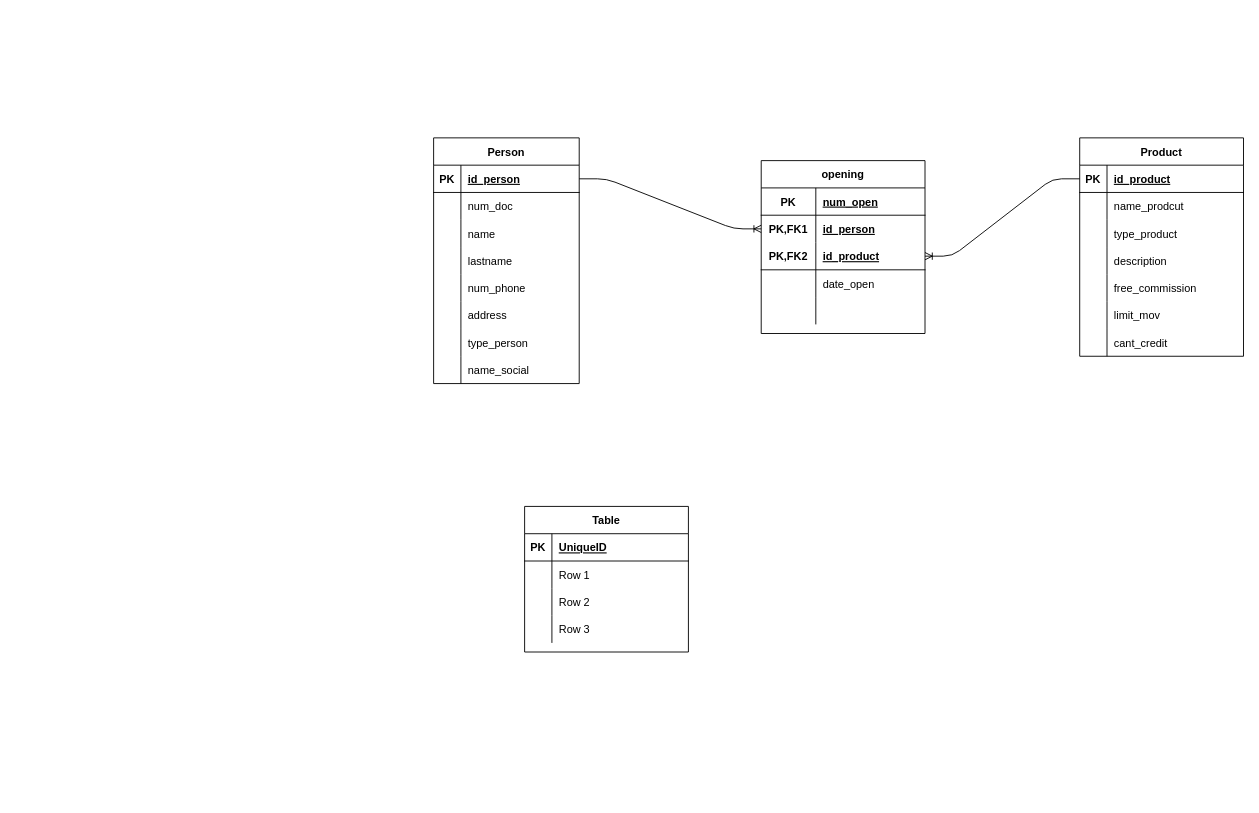
Earlier version of the draw.io diagram banco.drawio (ajoelflores124/everbanco). Source tidied: cells renumbered, new cells numbered last; positions are measured from the earlier drawing's top-left corner, leaving out a move shared by most shapes. Both pictures are drawn from the tidied source at 91%, with x=0, y=0 at pixel (433, 137).
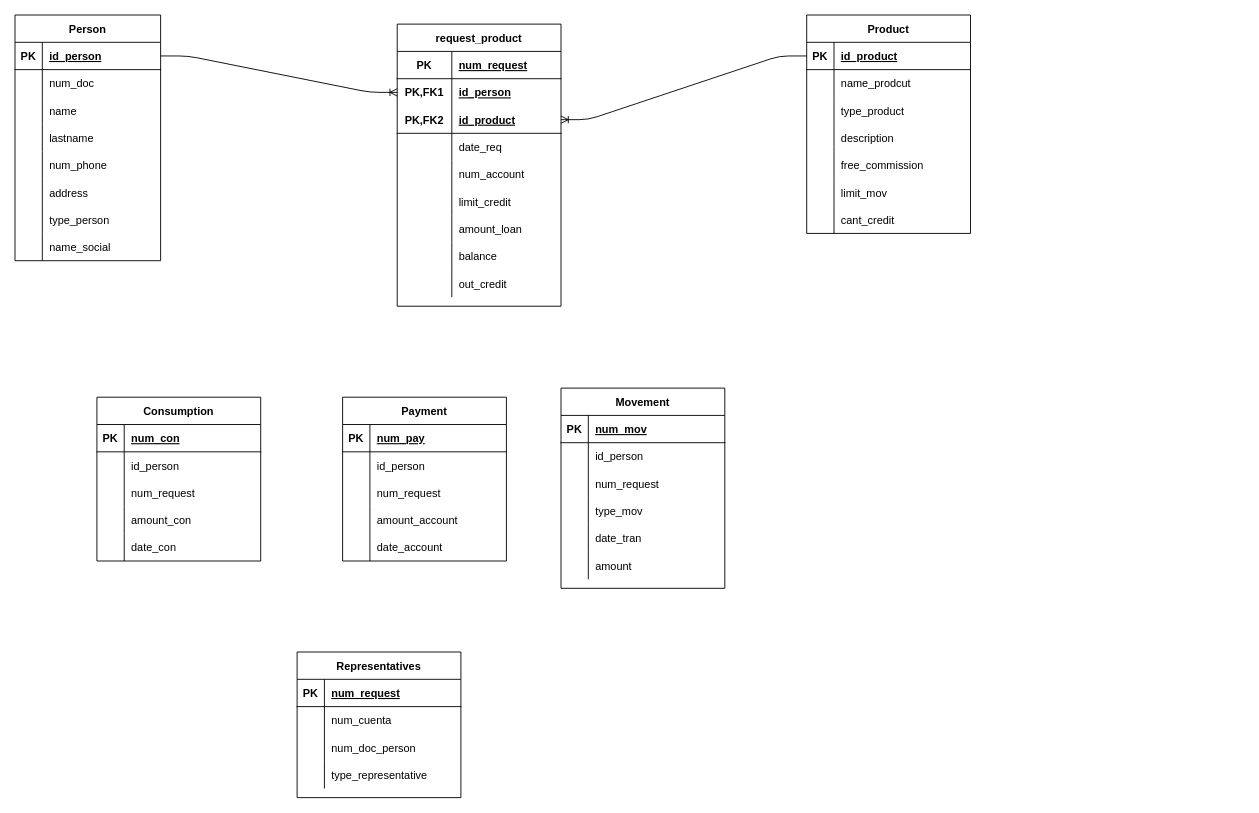
Above is the later version.

Unchanged cells that the change refers to:
```xml
<mxCell id="50" style="shape=partialRectangle;fillColor=none;top=0;left=0;bottom=1;right=0;" parent="49" vertex="1">
  <mxGeometry y="30" width="180" height="30" as="geometry" />
</mxCell>
<mxCell id="59" style="shape=partialRectangle;fillColor=none;top=0;left=0;bottom=0;right=0;" parent="49" vertex="1">
  <mxGeometry y="120" width="180" height="30" as="geometry" />
</mxCell>
<mxCell id="62" style="shape=partialRectangle;fillColor=none;top=0;left=0;bottom=0;right=0;" parent="49" vertex="1">
  <mxGeometry y="150" width="180" height="30" as="geometry" />
</mxCell>
<mxCell id="68" style="shape=partialRectangle;fillColor=none;top=0;left=0;bottom=1;right=0;" parent="67" vertex="1">
  <mxGeometry y="30" width="180" height="30" as="geometry" />
</mxCell>
<mxCell id="71" style="shape=partialRectangle;fillColor=none;top=0;left=0;bottom=0;right=0;" parent="67" vertex="1">
  <mxGeometry y="60" width="180" height="30" as="geometry" />
</mxCell>
<mxCell id="74" style="shape=partialRectangle;fillColor=none;top=0;left=0;bottom=0;right=0;" parent="67" vertex="1">
  <mxGeometry y="90" width="180" height="30" as="geometry" />
</mxCell>
<mxCell id="77" style="shape=partialRectangle;fillColor=none;top=0;left=0;bottom=0;right=0;" parent="67" vertex="1">
  <mxGeometry y="120" width="180" height="30" as="geometry" />
</mxCell>
```

Diff of the diagram source:
```diff
@@
     <mxCell id="2" value="Person" style="shape=table;startSize=30;childLayout=tableLayout;rowLines=0;fontStyle=1;align=center;" parent="1" vertex="1">
-      <mxGeometry width="160" height="270" as="geometry" />
+      <mxGeometry x="-460" y="-135" width="160" height="270" as="geometry" />
     </mxCell>
@@
     <mxCell id="27" value="Product" style="shape=table;startSize=30;childLayout=tableLayout;rowLines=0;fontStyle=1;align=center;" parent="1" vertex="1">
-      <mxGeometry x="710" width="180" height="240" as="geometry" />
+      <mxGeometry x="410" y="-135" width="180" height="240" as="geometry" />
     </mxCell>
@@
-    <mxCell id="49" value="opening" style="shape=table;startSize=30;childLayout=tableLayout;rowLines=0;fontStyle=1;align=center;" parent="1" vertex="1">
-      <mxGeometry x="360" y="25" width="180" height="190" as="geometry" />
+    <mxCell id="49" value="request_product" style="shape=table;startSize=30;childLayout=tableLayout;rowLines=0;fontStyle=1;align=center;" parent="1" vertex="1">
+      <mxGeometry x="-40" y="-125" width="180" height="310" as="geometry" />
     </mxCell>
@@
-    <mxCell id="52" value="num_open" style="shape=partialRectangle;fillColor=none;top=0;left=0;bottom=0;right=0;align=left;spacingLeft=6;fontStyle=5;overflow=hidden;" parent="50" vertex="1">
+    <mxCell id="52" value="num_request" style="shape=partialRectangle;fillColor=none;top=0;left=0;bottom=0;right=0;align=left;spacingLeft=6;fontStyle=5;overflow=hidden;" parent="50" vertex="1">
       <mxGeometry x="60" width="120" height="30" as="geometry" />
     </mxCell>
@@
-    <mxCell id="61" value="date_open" style="shape=partialRectangle;fillColor=none;top=0;left=0;bottom=0;right=0;align=left;spacingLeft=6;overflow=hidden;" parent="59" vertex="1">
+    <mxCell id="61" value="date_req" style="shape=partialRectangle;fillColor=none;top=0;left=0;bottom=0;right=0;align=left;spacingLeft=6;overflow=hidden;" parent="59" vertex="1">
       <mxGeometry x="60" width="120" height="30" as="geometry" />
     </mxCell>
@@
-    <mxCell id="64" style="shape=partialRectangle;fillColor=none;top=0;left=0;bottom=0;right=0;align=left;spacingLeft=6;overflow=hidden;" parent="62" vertex="1">
+    <mxCell id="64" value="num_account" style="shape=partialRectangle;fillColor=none;top=0;left=0;bottom=0;right=0;align=left;spacingLeft=6;overflow=hidden;" parent="62" vertex="1">
       <mxGeometry x="60" width="120" height="30" as="geometry" />
     </mxCell>
+    <mxCell id="80" style="shape=partialRectangle;fillColor=none;top=0;left=0;bottom=0;right=0;" parent="49" vertex="1">
+      <mxGeometry y="180" width="180" height="30" as="geometry" />
+    </mxCell>
+    <mxCell id="81" style="shape=partialRectangle;fillColor=none;top=0;left=0;bottom=0;right=0;overflow=hidden;" parent="80" vertex="1">
+      <mxGeometry width="60" height="30" as="geometry" />
+    </mxCell>
+    <mxCell id="82" value="limit_credit" style="shape=partialRectangle;fillColor=none;top=0;left=0;bottom=0;right=0;align=left;spacingLeft=6;overflow=hidden;" parent="80" vertex="1">
+      <mxGeometry x="60" width="120" height="30" as="geometry" />
+    </mxCell>
+    <mxCell id="83" style="shape=partialRectangle;fillColor=none;top=0;left=0;bottom=0;right=0;" parent="49" vertex="1">
+      <mxGeometry y="210" width="180" height="30" as="geometry" />
+    </mxCell>
+    <mxCell id="84" style="shape=partialRectangle;fillColor=none;top=0;left=0;bottom=0;right=0;overflow=hidden;" parent="83" vertex="1">
+      <mxGeometry width="60" height="30" as="geometry" />
+    </mxCell>
+    <mxCell id="85" value="amount_loan" style="shape=partialRectangle;fillColor=none;top=0;left=0;bottom=0;right=0;align=left;spacingLeft=6;overflow=hidden;" parent="83" vertex="1">
+      <mxGeometry x="60" width="120" height="30" as="geometry" />
+    </mxCell>
+    <mxCell id="86" style="shape=partialRectangle;fillColor=none;top=0;left=0;bottom=0;right=0;" parent="49" vertex="1">
+      <mxGeometry y="240" width="180" height="30" as="geometry" />
+    </mxCell>
+    <mxCell id="87" style="shape=partialRectangle;fillColor=none;top=0;left=0;bottom=0;right=0;overflow=hidden;" parent="86" vertex="1">
+      <mxGeometry width="60" height="30" as="geometry" />
+    </mxCell>
+    <mxCell id="88" value="balance" style="shape=partialRectangle;fillColor=none;top=0;left=0;bottom=0;right=0;align=left;spacingLeft=6;overflow=hidden;" parent="86" vertex="1">
+      <mxGeometry x="60" width="120" height="30" as="geometry" />
+    </mxCell>
+    <mxCell id="89" style="shape=partialRectangle;fillColor=none;top=0;left=0;bottom=0;right=0;" parent="49" vertex="1">
+      <mxGeometry y="270" width="180" height="30" as="geometry" />
+    </mxCell>
+    <mxCell id="90" style="shape=partialRectangle;fillColor=none;top=0;left=0;bottom=0;right=0;overflow=hidden;" parent="89" vertex="1">
+      <mxGeometry width="60" height="30" as="geometry" />
+    </mxCell>
+    <mxCell id="91" value="out_credit" style="shape=partialRectangle;fillColor=none;top=0;left=0;bottom=0;right=0;align=left;spacingLeft=6;overflow=hidden;" parent="89" vertex="1">
+      <mxGeometry x="60" width="120" height="30" as="geometry" />
+    </mxCell>
@@
-    <mxCell id="67" value="Table" style="shape=table;startSize=30;childLayout=tableLayout;rowLines=0;fontStyle=1;align=center;" parent="1" vertex="1">
-      <mxGeometry x="100" y="405" width="180" height="160" as="geometry" />
+    <mxCell id="67" value="Consumption" style="shape=table;startSize=30;childLayout=tableLayout;rowLines=0;fontStyle=1;align=center;" parent="1" vertex="1">
+      <mxGeometry x="-370" y="285" width="180" height="180" as="geometry" />
     </mxCell>
@@
-    <mxCell id="70" value="UniqueID" style="shape=partialRectangle;fillColor=none;top=0;left=0;bottom=0;right=0;align=left;spacingLeft=6;fontStyle=5;overflow=hidden;" parent="68" vertex="1">
+    <mxCell id="70" value="num_con" style="shape=partialRectangle;fillColor=none;top=0;left=0;bottom=0;right=0;align=left;spacingLeft=6;fontStyle=5;overflow=hidden;" parent="68" vertex="1">
       <mxGeometry x="30" width="150" height="30" as="geometry" />
     </mxCell>
@@
-    <mxCell id="73" value="Row 1" style="shape=partialRectangle;fillColor=none;top=0;left=0;bottom=0;right=0;align=left;spacingLeft=6;overflow=hidden;" parent="71" vertex="1">
+    <mxCell id="73" value="id_person" style="shape=partialRectangle;fillColor=none;top=0;left=0;bottom=0;right=0;align=left;spacingLeft=6;overflow=hidden;" parent="71" vertex="1">
       <mxGeometry x="30" width="150" height="30" as="geometry" />
     </mxCell>
@@
-    <mxCell id="76" value="Row 2" style="shape=partialRectangle;fillColor=none;top=0;left=0;bottom=0;right=0;align=left;spacingLeft=6;overflow=hidden;" parent="74" vertex="1">
+    <mxCell id="76" value="num_request" style="shape=partialRectangle;fillColor=none;top=0;left=0;bottom=0;right=0;align=left;spacingLeft=6;overflow=hidden;" parent="74" vertex="1">
       <mxGeometry x="30" width="150" height="30" as="geometry" />
     </mxCell>
@@
-    <mxCell id="79" value="Row 3" style="shape=partialRectangle;fillColor=none;top=0;left=0;bottom=0;right=0;align=left;spacingLeft=6;overflow=hidden;" parent="77" vertex="1">
+    <mxCell id="79" value="amount_con" style="shape=partialRectangle;fillColor=none;top=0;left=0;bottom=0;right=0;align=left;spacingLeft=6;overflow=hidden;" parent="77" vertex="1">
       <mxGeometry x="30" width="150" height="30" as="geometry" />
     </mxCell>
+    <mxCell id="92" style="shape=partialRectangle;fillColor=none;top=0;left=0;bottom=0;right=0;" parent="67" vertex="1">
+      <mxGeometry y="150" width="180" height="30" as="geometry" />
+    </mxCell>
+    <mxCell id="93" style="shape=partialRectangle;fillColor=none;top=0;left=0;bottom=0;right=0;overflow=hidden;" parent="92" vertex="1">
+      <mxGeometry width="30" height="30" as="geometry" />
+    </mxCell>
+    <mxCell id="94" value="date_con" style="shape=partialRectangle;fillColor=none;top=0;left=0;bottom=0;right=0;align=left;spacingLeft=6;overflow=hidden;" parent="92" vertex="1">
+      <mxGeometry x="30" width="150" height="30" as="geometry" />
+    </mxCell>
+    <mxCell id="95" value="Payment" style="shape=table;startSize=30;childLayout=tableLayout;rowLines=0;fontStyle=1;align=center;" parent="1" vertex="1">
+      <mxGeometry x="-100" y="285" width="180" height="180" as="geometry" />
+    </mxCell>
+    <mxCell id="96" style="shape=partialRectangle;fillColor=none;top=0;left=0;bottom=1;right=0;" parent="95" vertex="1">
+      <mxGeometry y="30" width="180" height="30" as="geometry" />
+    </mxCell>
+    <mxCell id="97" value="PK" style="shape=partialRectangle;fillColor=none;top=0;left=0;bottom=0;right=0;fontStyle=1;overflow=hidden;" parent="96" vertex="1">
+      <mxGeometry width="30" height="30" as="geometry" />
+    </mxCell>
+    <mxCell id="98" value="num_pay" style="shape=partialRectangle;fillColor=none;top=0;left=0;bottom=0;right=0;align=left;spacingLeft=6;fontStyle=5;overflow=hidden;" parent="96" vertex="1">
+      <mxGeometry x="30" width="150" height="30" as="geometry" />
+    </mxCell>
+    <mxCell id="99" style="shape=partialRectangle;fillColor=none;top=0;left=0;bottom=0;right=0;" parent="95" vertex="1">
+      <mxGeometry y="60" width="180" height="30" as="geometry" />
+    </mxCell>
+    <mxCell id="100" style="shape=partialRectangle;fillColor=none;top=0;left=0;bottom=0;right=0;overflow=hidden;" parent="99" vertex="1">
+      <mxGeometry width="30" height="30" as="geometry" />
+    </mxCell>
+    <mxCell id="101" value="id_person" style="shape=partialRectangle;fillColor=none;top=0;left=0;bottom=0;right=0;align=left;spacingLeft=6;overflow=hidden;" parent="99" vertex="1">
+      <mxGeometry x="30" width="150" height="30" as="geometry" />
+    </mxCell>
+    <mxCell id="102" style="shape=partialRectangle;fillColor=none;top=0;left=0;bottom=0;right=0;" parent="95" vertex="1">
+      <mxGeometry y="90" width="180" height="30" as="geometry" />
+    </mxCell>
+    <mxCell id="103" style="shape=partialRectangle;fillColor=none;top=0;left=0;bottom=0;right=0;overflow=hidden;" parent="102" vertex="1">
+      <mxGeometry width="30" height="30" as="geometry" />
+    </mxCell>
+    <mxCell id="104" value="num_request" style="shape=partialRectangle;fillColor=none;top=0;left=0;bottom=0;right=0;align=left;spacingLeft=6;overflow=hidden;" parent="102" vertex="1">
+      <mxGeometry x="30" width="150" height="30" as="geometry" />
+    </mxCell>
+    <mxCell id="105" style="shape=partialRectangle;fillColor=none;top=0;left=0;bottom=0;right=0;" parent="95" vertex="1">
+      <mxGeometry y="120" width="180" height="30" as="geometry" />
+    </mxCell>
+    <mxCell id="106" style="shape=partialRectangle;fillColor=none;top=0;left=0;bottom=0;right=0;overflow=hidden;" parent="105" vertex="1">
+      <mxGeometry width="30" height="30" as="geometry" />
+    </mxCell>
+    <mxCell id="107" value="amount_account" style="shape=partialRectangle;fillColor=none;top=0;left=0;bottom=0;right=0;align=left;spacingLeft=6;overflow=hidden;" parent="105" vertex="1">
+      <mxGeometry x="30" width="150" height="30" as="geometry" />
+    </mxCell>
+    <mxCell id="108" style="shape=partialRectangle;fillColor=none;top=0;left=0;bottom=0;right=0;" parent="95" vertex="1">
+      <mxGeometry y="150" width="180" height="30" as="geometry" />
+    </mxCell>
+    <mxCell id="109" style="shape=partialRectangle;fillColor=none;top=0;left=0;bottom=0;right=0;overflow=hidden;" parent="108" vertex="1">
+      <mxGeometry width="30" height="30" as="geometry" />
+    </mxCell>
+    <mxCell id="110" value="date_account" style="shape=partialRectangle;fillColor=none;top=0;left=0;bottom=0;right=0;align=left;spacingLeft=6;overflow=hidden;" parent="108" vertex="1">
+      <mxGeometry x="30" width="150" height="30" as="geometry" />
+    </mxCell>
+    <mxCell id="111" value="Movement" style="shape=table;startSize=30;childLayout=tableLayout;rowLines=0;fontStyle=1;align=center;" parent="1" vertex="1">
+      <mxGeometry x="140" y="275" width="180" height="220" as="geometry" />
+    </mxCell>
+    <mxCell id="112" style="shape=partialRectangle;fillColor=none;top=0;left=0;bottom=1;right=0;" parent="111" vertex="1">
+      <mxGeometry y="30" width="180" height="30" as="geometry" />
+    </mxCell>
+    <mxCell id="113" value="PK" style="shape=partialRectangle;fillColor=none;top=0;left=0;bottom=0;right=0;fontStyle=1;overflow=hidden;" parent="112" vertex="1">
+      <mxGeometry width="30" height="30" as="geometry" />
+    </mxCell>
+    <mxCell id="114" value="num_mov" style="shape=partialRectangle;fillColor=none;top=0;left=0;bottom=0;right=0;align=left;spacingLeft=6;fontStyle=5;overflow=hidden;" parent="112" vertex="1">
+      <mxGeometry x="30" width="150" height="30" as="geometry" />
+    </mxCell>
+    <mxCell id="115" style="shape=partialRectangle;fillColor=none;top=0;left=0;bottom=0;right=0;" parent="111" vertex="1">
+      <mxGeometry y="60" width="180" height="30" as="geometry" />
+    </mxCell>
+    <mxCell id="116" style="shape=partialRectangle;fillColor=none;top=0;left=0;bottom=0;right=0;overflow=hidden;" parent="115" vertex="1">
+      <mxGeometry width="30" height="30" as="geometry" />
+    </mxCell>
+    <mxCell id="117" value="id_person" style="shape=partialRectangle;fillColor=none;top=0;left=0;bottom=0;right=0;align=left;spacingLeft=6;overflow=hidden;" parent="115" vertex="1">
+      <mxGeometry x="30" width="150" height="30" as="geometry" />
+    </mxCell>
+    <mxCell id="118" style="shape=partialRectangle;fillColor=none;top=0;left=0;bottom=0;right=0;" parent="111" vertex="1">
+      <mxGeometry y="90" width="180" height="30" as="geometry" />
+    </mxCell>
+    <mxCell id="119" style="shape=partialRectangle;fillColor=none;top=0;left=0;bottom=0;right=0;overflow=hidden;" parent="118" vertex="1">
+      <mxGeometry width="30" height="30" as="geometry" />
+    </mxCell>
+    <mxCell id="120" value="num_request" style="shape=partialRectangle;fillColor=none;top=0;left=0;bottom=0;right=0;align=left;spacingLeft=6;overflow=hidden;" parent="118" vertex="1">
+      <mxGeometry x="30" width="150" height="30" as="geometry" />
+    </mxCell>
+    <mxCell id="121" style="shape=partialRectangle;fillColor=none;top=0;left=0;bottom=0;right=0;" parent="111" vertex="1">
+      <mxGeometry y="120" width="180" height="30" as="geometry" />
+    </mxCell>
+    <mxCell id="122" style="shape=partialRectangle;fillColor=none;top=0;left=0;bottom=0;right=0;overflow=hidden;" parent="121" vertex="1">
+      <mxGeometry width="30" height="30" as="geometry" />
+    </mxCell>
+    <mxCell id="123" value="type_mov" style="shape=partialRectangle;fillColor=none;top=0;left=0;bottom=0;right=0;align=left;spacingLeft=6;overflow=hidden;" parent="121" vertex="1">
+      <mxGeometry x="30" width="150" height="30" as="geometry" />
+    </mxCell>
+    <mxCell id="124" style="shape=partialRectangle;fillColor=none;top=0;left=0;bottom=0;right=0;" parent="111" vertex="1">
+      <mxGeometry y="150" width="180" height="30" as="geometry" />
+    </mxCell>
+    <mxCell id="125" style="shape=partialRectangle;fillColor=none;top=0;left=0;bottom=0;right=0;overflow=hidden;" parent="124" vertex="1">
+      <mxGeometry width="30" height="30" as="geometry" />
+    </mxCell>
+    <mxCell id="126" value="date_tran" style="shape=partialRectangle;fillColor=none;top=0;left=0;bottom=0;right=0;align=left;spacingLeft=6;overflow=hidden;" parent="124" vertex="1">
+      <mxGeometry x="30" width="150" height="30" as="geometry" />
+    </mxCell>
+    <mxCell id="127" style="shape=partialRectangle;fillColor=none;top=0;left=0;bottom=0;right=0;" parent="111" vertex="1">
+      <mxGeometry y="180" width="180" height="30" as="geometry" />
+    </mxCell>
+    <mxCell id="128" style="shape=partialRectangle;fillColor=none;top=0;left=0;bottom=0;right=0;overflow=hidden;" parent="127" vertex="1">
+      <mxGeometry width="30" height="30" as="geometry" />
+    </mxCell>
+    <mxCell id="129" value="amount" style="shape=partialRectangle;fillColor=none;top=0;left=0;bottom=0;right=0;align=left;spacingLeft=6;overflow=hidden;" parent="127" vertex="1">
+      <mxGeometry x="30" width="150" height="30" as="geometry" />
+    </mxCell>
+    <mxCell id="130" value="Representatives" style="shape=table;startSize=30;childLayout=tableLayout;rowLines=0;fontStyle=1;align=center;" parent="1" vertex="1">
+      <mxGeometry x="-150" y="565" width="180" height="160" as="geometry" />
+    </mxCell>
+    <mxCell id="131" style="shape=partialRectangle;fillColor=none;top=0;left=0;bottom=1;right=0;" parent="130" vertex="1">
+      <mxGeometry y="30" width="180" height="30" as="geometry" />
+    </mxCell>
+    <mxCell id="132" value="PK" style="shape=partialRectangle;fillColor=none;top=0;left=0;bottom=0;right=0;fontStyle=1;overflow=hidden;" parent="131" vertex="1">
+      <mxGeometry width="30" height="30" as="geometry" />
+    </mxCell>
+    <mxCell id="133" value="num_request" style="shape=partialRectangle;fillColor=none;top=0;left=0;bottom=0;right=0;align=left;spacingLeft=6;fontStyle=5;overflow=hidden;" parent="131" vertex="1">
+      <mxGeometry x="30" width="150" height="30" as="geometry" />
+    </mxCell>
+    <mxCell id="134" style="shape=partialRectangle;fillColor=none;top=0;left=0;bottom=0;right=0;" parent="130" vertex="1">
+      <mxGeometry y="60" width="180" height="30" as="geometry" />
+    </mxCell>
+    <mxCell id="135" style="shape=partialRectangle;fillColor=none;top=0;left=0;bottom=0;right=0;overflow=hidden;" parent="134" vertex="1">
+      <mxGeometry width="30" height="30" as="geometry" />
+    </mxCell>
+    <mxCell id="136" value="num_cuenta" style="shape=partialRectangle;fillColor=none;top=0;left=0;bottom=0;right=0;align=left;spacingLeft=6;overflow=hidden;" parent="134" vertex="1">
+      <mxGeometry x="30" width="150" height="30" as="geometry" />
+    </mxCell>
+    <mxCell id="137" style="shape=partialRectangle;fillColor=none;top=0;left=0;bottom=0;right=0;" parent="130" vertex="1">
+      <mxGeometry y="90" width="180" height="30" as="geometry" />
+    </mxCell>
+    <mxCell id="138" style="shape=partialRectangle;fillColor=none;top=0;left=0;bottom=0;right=0;overflow=hidden;" parent="137" vertex="1">
+      <mxGeometry width="30" height="30" as="geometry" />
+    </mxCell>
+    <mxCell id="139" value="num_doc_person" style="shape=partialRectangle;fillColor=none;top=0;left=0;bottom=0;right=0;align=left;spacingLeft=6;overflow=hidden;" parent="137" vertex="1">
+      <mxGeometry x="30" width="150" height="30" as="geometry" />
+    </mxCell>
+    <mxCell id="140" style="shape=partialRectangle;fillColor=none;top=0;left=0;bottom=0;right=0;" parent="130" vertex="1">
+      <mxGeometry y="120" width="180" height="30" as="geometry" />
+    </mxCell>
+    <mxCell id="141" style="shape=partialRectangle;fillColor=none;top=0;left=0;bottom=0;right=0;overflow=hidden;" parent="140" vertex="1">
+      <mxGeometry width="30" height="30" as="geometry" />
+    </mxCell>
+    <mxCell id="142" value="type_representative" style="shape=partialRectangle;fillColor=none;top=0;left=0;bottom=0;right=0;align=left;spacingLeft=6;overflow=hidden;" parent="140" vertex="1">
+      <mxGeometry x="30" width="150" height="30" as="geometry" />
+    </mxCell>
```
